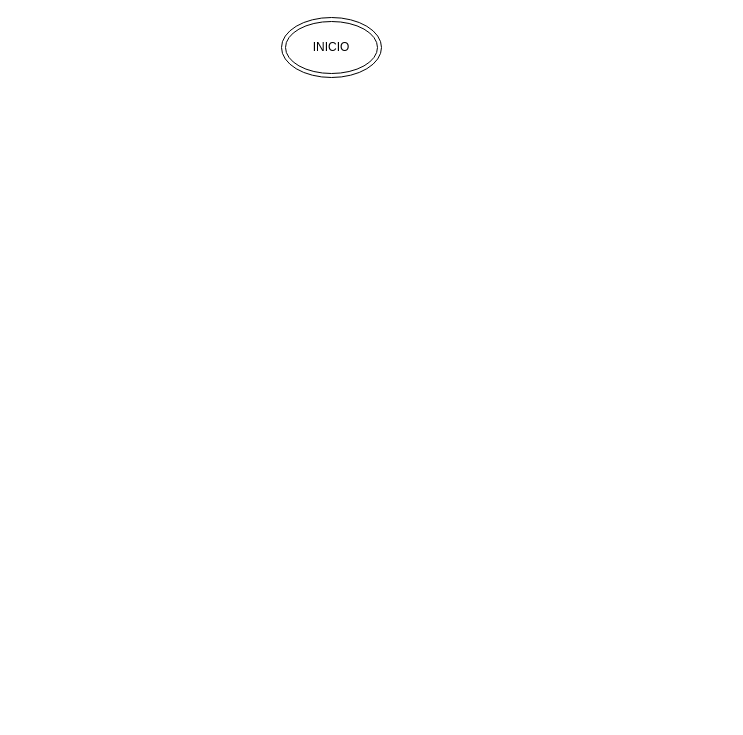
Earlier version of the draw.io diagram diagrama.drawio (criissuarezzz/proyecto_lasagna). Source tidied: cells renumbered, new cells numbered last; positions are measured from the earlier drawing's top-left corner, leaving out a move shared by most shapes. Both pictures are drawn from the tidied source at 100%, with x=0, y=0 at pixel (281, 17).
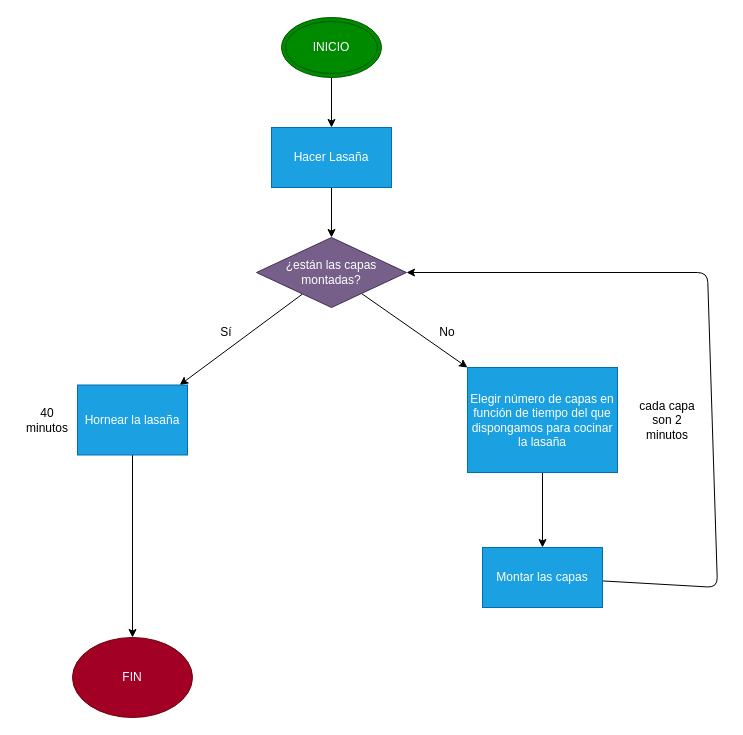
The same diagram, later.

Diff of the diagram source:
```diff
@@
+    <mxCell id="3" style="edgeStyle=none;html=1;exitX=0.5;exitY=1;exitDx=0;exitDy=0;" parent="1" edge="1" source="2" target="5">
+      <mxGeometry relative="1" as="geometry" />
+    </mxCell>
-    <mxCell id="2" value="INICIO" style="ellipse;shape=doubleEllipse;whiteSpace=wrap;html=1;" parent="1" vertex="1">
+    <mxCell id="2" value="INICIO" style="ellipse;shape=doubleEllipse;whiteSpace=wrap;html=1;fillColor=#008a00;fontColor=#ffffff;strokeColor=#005700;" parent="1" vertex="1">
       <mxGeometry width="100" height="60" as="geometry" />
     </mxCell>
+    <mxCell id="4" style="edgeStyle=none;html=1;" parent="1" edge="1" source="5" target="8">
+      <mxGeometry relative="1" as="geometry" />
+    </mxCell>
+    <mxCell id="5" value="Hacer Lasaña" style="rounded=0;whiteSpace=wrap;html=1;fillColor=#1ba1e2;fontColor=#ffffff;strokeColor=#006EAF;" parent="1" vertex="1">
+      <mxGeometry x="-10" y="110" width="120" height="60" as="geometry" />
+    </mxCell>
+    <mxCell id="6" style="edgeStyle=none;html=1;" parent="1" edge="1" source="8" target="10">
+      <mxGeometry relative="1" as="geometry" />
+    </mxCell>
+    <mxCell id="7" style="edgeStyle=none;html=1;" parent="1" edge="1" source="8" target="12">
+      <mxGeometry relative="1" as="geometry" />
+    </mxCell>
+    <mxCell id="8" value="¿están las capas montadas?" style="rhombus;whiteSpace=wrap;html=1;rounded=0;fillColor=#76608a;fontColor=#ffffff;strokeColor=#432D57;" parent="1" vertex="1">
+      <mxGeometry x="-25" y="220" width="150" height="70" as="geometry" />
+    </mxCell>
+    <mxCell id="9" style="edgeStyle=none;html=1;" parent="1" edge="1" source="10">
+      <mxGeometry relative="1" as="geometry">
+        <mxPoint x="261" y="530" as="targetPoint" />
+      </mxGeometry>
+    </mxCell>
+    <mxCell id="10" value="Elegir número de capas en función de tiempo del que dispongamos para cocinar la lasaña" style="whiteSpace=wrap;html=1;rounded=0;fillColor=#1ba1e2;fontColor=#ffffff;strokeColor=#006EAF;" parent="1" vertex="1">
+      <mxGeometry x="186" y="350" width="150" height="105" as="geometry" />
+    </mxCell>
+    <mxCell id="11" style="edgeStyle=none;html=1;exitX=0.5;exitY=1;exitDx=0;exitDy=0;" parent="1" edge="1" source="12">
+      <mxGeometry relative="1" as="geometry">
+        <mxPoint x="-149" y="620" as="targetPoint" />
+      </mxGeometry>
+    </mxCell>
+    <mxCell id="12" value="Hornear la lasaña" style="whiteSpace=wrap;html=1;rounded=0;fillColor=#1ba1e2;fontColor=#ffffff;strokeColor=#006EAF;" parent="1" vertex="1">
+      <mxGeometry x="-204" y="367.5" width="110" height="70" as="geometry" />
+    </mxCell>
+    <mxCell id="13" value="Sí" style="text;html=1;strokeColor=none;fillColor=none;align=center;verticalAlign=middle;whiteSpace=wrap;rounded=0;" parent="1" vertex="1">
+      <mxGeometry x="-85" y="300" width="60" height="30" as="geometry" />
+    </mxCell>
+    <mxCell id="14" value="No" style="text;html=1;strokeColor=none;fillColor=none;align=center;verticalAlign=middle;whiteSpace=wrap;rounded=0;" parent="1" vertex="1">
+      <mxGeometry x="136" y="300" width="60" height="30" as="geometry" />
+    </mxCell>
+    <mxCell id="15" value="cada capa son 2 minutos" style="text;html=1;strokeColor=none;fillColor=none;align=center;verticalAlign=middle;whiteSpace=wrap;rounded=0;" parent="1" vertex="1">
+      <mxGeometry x="356" y="388" width="60" height="30" as="geometry" />
+    </mxCell>
+    <mxCell id="16" value="40 minutos" style="text;html=1;strokeColor=none;fillColor=none;align=center;verticalAlign=middle;whiteSpace=wrap;rounded=0;" parent="1" vertex="1">
+      <mxGeometry x="-264" y="388" width="60" height="30" as="geometry" />
+    </mxCell>
+    <mxCell id="17" style="edgeStyle=none;html=1;entryX=1;entryY=0.5;entryDx=0;entryDy=0;" parent="1" edge="1" source="18" target="8">
+      <mxGeometry relative="1" as="geometry">
+        <Array as="points">
+          <mxPoint x="436" y="570" />
+          <mxPoint x="426" y="255" />
+        </Array>
+      </mxGeometry>
+    </mxCell>
+    <mxCell id="18" value="Montar las capas" style="rounded=0;whiteSpace=wrap;html=1;fillColor=#1ba1e2;fontColor=#ffffff;strokeColor=#006EAF;" parent="1" vertex="1">
+      <mxGeometry x="201" y="530" width="120" height="60" as="geometry" />
+    </mxCell>
+    <mxCell id="19" value="FIN" style="ellipse;whiteSpace=wrap;html=1;fillColor=#a20025;fontColor=#ffffff;strokeColor=#6F0000;" parent="1" vertex="1">
+      <mxGeometry x="-209" y="620" width="120" height="80" as="geometry" />
+    </mxCell>
```
